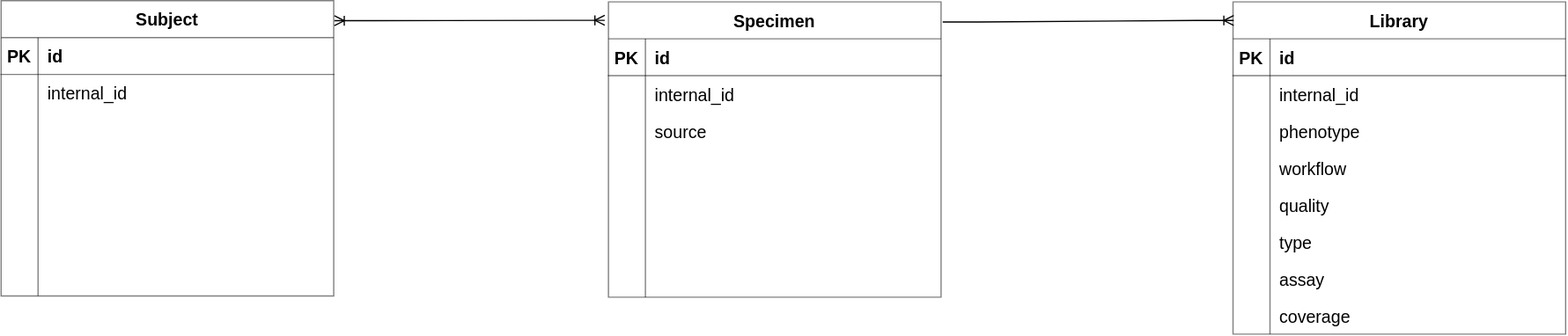
This is lib/workload/stateless/stacks/metadata-manager/docs/schema.drawio.svg from umccr/orcabus, a draw.io export, as it was before one commit. Source tidied: cells renumbered, new cells last; positions are measured from the earlier drawing's top-left corner, leaving out a move shared by most shapes.
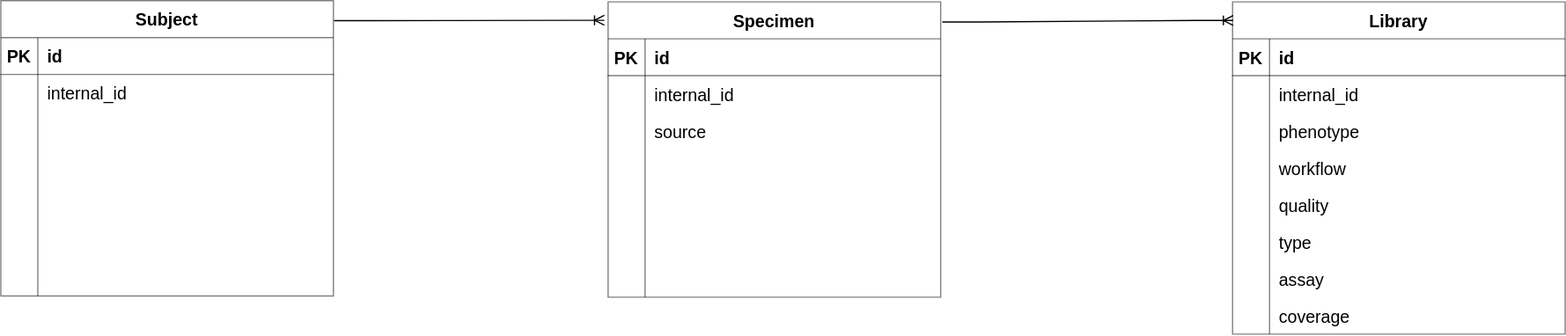
The same diagram one commit later.

Change to the diagram source:
```diff
@@ -209,7 +209,7 @@
     <mxCell id="70" style="shape=partialRectangle;fillColor=none;top=0;left=0;bottom=0;right=0;align=left;spacingLeft=6;overflow=hidden;rounded=0;shadow=0;labelBackgroundColor=none;labelBorderColor=none;sketch=0;fontSize=14;" parent="68" vertex="1">
       <mxGeometry x="30" width="240" height="30" as="geometry" />
     </mxCell>
-    <mxCell id="71" style="edgeStyle=entityRelationEdgeStyle;fontSize=12;html=1;endArrow=ERoneToMany;rounded=0;exitX=1.002;exitY=0.068;exitDx=0;exitDy=0;exitPerimeter=0;startArrow=ERoneToMany;startFill=0;" parent="1" edge="1" source="27">
+    <mxCell id="71" style="edgeStyle=entityRelationEdgeStyle;fontSize=12;html=1;endArrow=ERoneToMany;rounded=0;exitX=1.002;exitY=0.068;exitDx=0;exitDy=0;exitPerimeter=0;startArrow=none;startFill=0;" parent="1" edge="1" source="27">
       <mxGeometry relative="1" as="geometry">
         <mxPoint x="490" y="16" as="targetPoint" />
       </mxGeometry>
```
